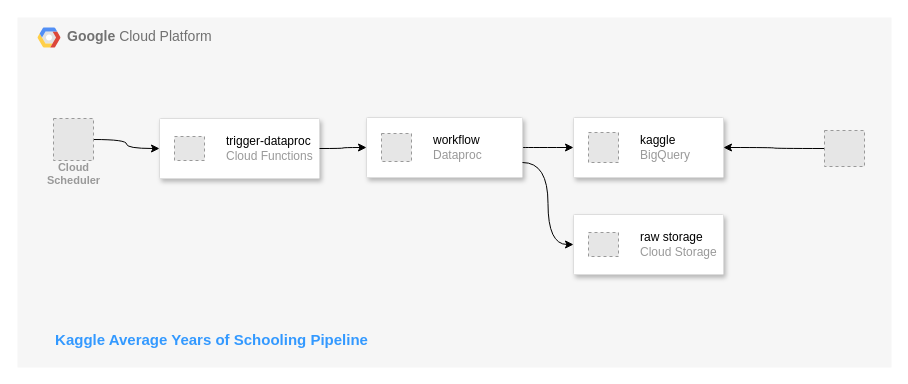
Earlier version of the draw.io diagram docs/pipelkine_drawnio.drawio (jozimarback/de-zoomcamp-final-project). Source tidied: cells renumbered, new cells numbered last; positions are measured from the earlier drawing's top-left corner, leaving out a move shared by most shapes. Both pictures are drawn from the tidied source at 100%, with x=0, y=0 at pixel (17, 17). Pictures stored in the file or linked from it are replaced by grey dashed boxes.
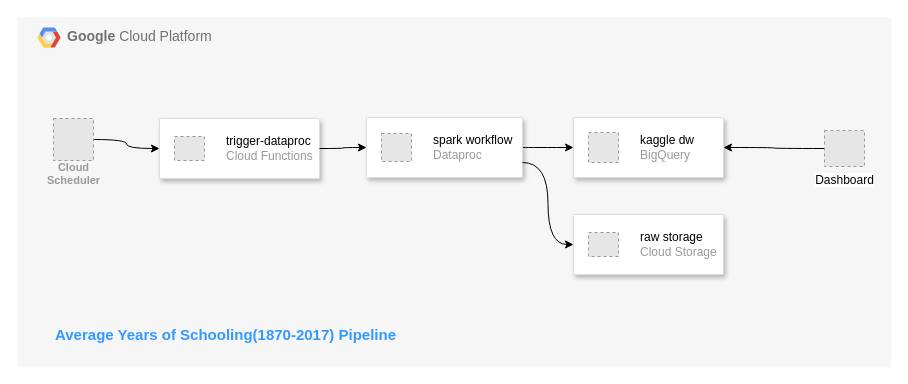
The same page after the edit.

Unchanged cells that the change refers to:
```xml
<mxCell id="2" value="&lt;b&gt;Google &lt;/b&gt;Cloud Platform" style="fillColor=#F6F6F6;strokeColor=none;shadow=0;gradientColor=none;fontSize=14;align=left;spacing=10;fontColor=#717171;9E9E9E;verticalAlign=top;spacingTop=-4;fontStyle=0;spacingLeft=40;html=1;whiteSpace=wrap;labelBackgroundColor=none;" parent="1" vertex="1">
  <mxGeometry width="874" height="350" as="geometry" />
</mxCell>
<mxCell id="9" style="strokeColor=#dddddd;shadow=1;strokeWidth=1;rounded=1;absoluteArcSize=1;arcSize=2;" parent="2" vertex="1">
  <mxGeometry x="556" y="100" width="150" height="60" as="geometry" />
</mxCell>
<mxCell id="12" style="strokeColor=#dddddd;shadow=1;strokeWidth=1;rounded=1;absoluteArcSize=1;arcSize=2;" parent="2" vertex="1">
  <mxGeometry x="349" y="100" width="156" height="60" as="geometry" />
</mxCell>
```

Diff of the diagram source:
```diff
@@
-    <mxCell id="10" value="&lt;font color=&quot;#000000&quot;&gt;kaggle&lt;/font&gt;&lt;br&gt;BigQuery" style="fillColor=#E6E6E6;strokeColor=#999999;dashed=1;html=1;fontColor=#999999;verticalLabelPosition=middle;labelBackgroundColor=#ffffff;verticalAlign=middle;labelPosition=right;align=left;spacingLeft=20;" parent="9" vertex="1">
+    <mxCell id="10" value="&lt;font color=&quot;#000000&quot;&gt;kaggle dw&lt;/font&gt;&lt;br&gt;BigQuery" style="fillColor=#E6E6E6;strokeColor=#999999;dashed=1;html=1;fontColor=#999999;verticalLabelPosition=middle;labelBackgroundColor=#ffffff;verticalAlign=middle;labelPosition=right;align=left;spacingLeft=20;" parent="9" vertex="1">
       <mxGeometry width="30" height="30" relative="1" as="geometry">
         <mxPoint x="15" y="15" as="offset" />
       </mxGeometry>
     </mxCell>
@@
-    <mxCell id="13" value="&lt;font color=&quot;#000000&quot;&gt;workflow&lt;/font&gt;&lt;br&gt;Dataproc" style="fillColor=#E6E6E6;strokeColor=#999999;dashed=1;html=1;fontColor=#999999;verticalLabelPosition=middle;labelBackgroundColor=#ffffff;verticalAlign=middle;labelPosition=right;align=left;spacingLeft=20;" parent="12" vertex="1">
+    <mxCell id="13" value="&lt;font color=&quot;#000000&quot;&gt;spark workflow&lt;/font&gt;&lt;br&gt;Dataproc" style="fillColor=#E6E6E6;strokeColor=#999999;dashed=1;html=1;fontColor=#999999;verticalLabelPosition=middle;labelBackgroundColor=#ffffff;verticalAlign=middle;labelPosition=right;align=left;spacingLeft=20;" parent="12" vertex="1">
       <mxGeometry width="30" height="28" relative="1" as="geometry">
         <mxPoint x="15" y="16" as="offset" />
       </mxGeometry>
     </mxCell>
@@
-    <mxCell id="21" style="fillColor=#E6E6E6;strokeColor=#999999;dashed=1;html=1;verticalLabelPosition=bottom;labelBackgroundColor=#ffffff;verticalAlign=top;" parent="2" vertex="1">
+    <mxCell id="21" value="Dashboard" style="fillColor=#E6E6E6;strokeColor=#999999;dashed=1;html=1;verticalLabelPosition=bottom;labelBackgroundColor=#ffffff;verticalAlign=top;" parent="2" vertex="1">
       <mxGeometry x="807" y="113" width="40" height="36" as="geometry" />
     </mxCell>
-    <mxCell id="22" value="Kaggle Average Years of Schooling Pipeline" style="text;html=1;strokeColor=none;fillColor=none;align=center;verticalAlign=middle;whiteSpace=wrap;rounded=0;fontSize=15;fontColor=#3399FF;fontStyle=1;" parent="2" vertex="1">
-      <mxGeometry x="36" y="307" width="317" height="30" as="geometry" />
+    <mxCell id="22" value="Average Years of Schooling(1870-2017) Pipeline" style="text;html=1;strokeColor=none;fillColor=none;align=left;verticalAlign=middle;whiteSpace=wrap;rounded=0;fontSize=15;fontColor=#3399FF;fontStyle=1;" parent="2" vertex="1">
+      <mxGeometry x="36" y="302" width="357" height="30" as="geometry" />
     </mxCell>
```
